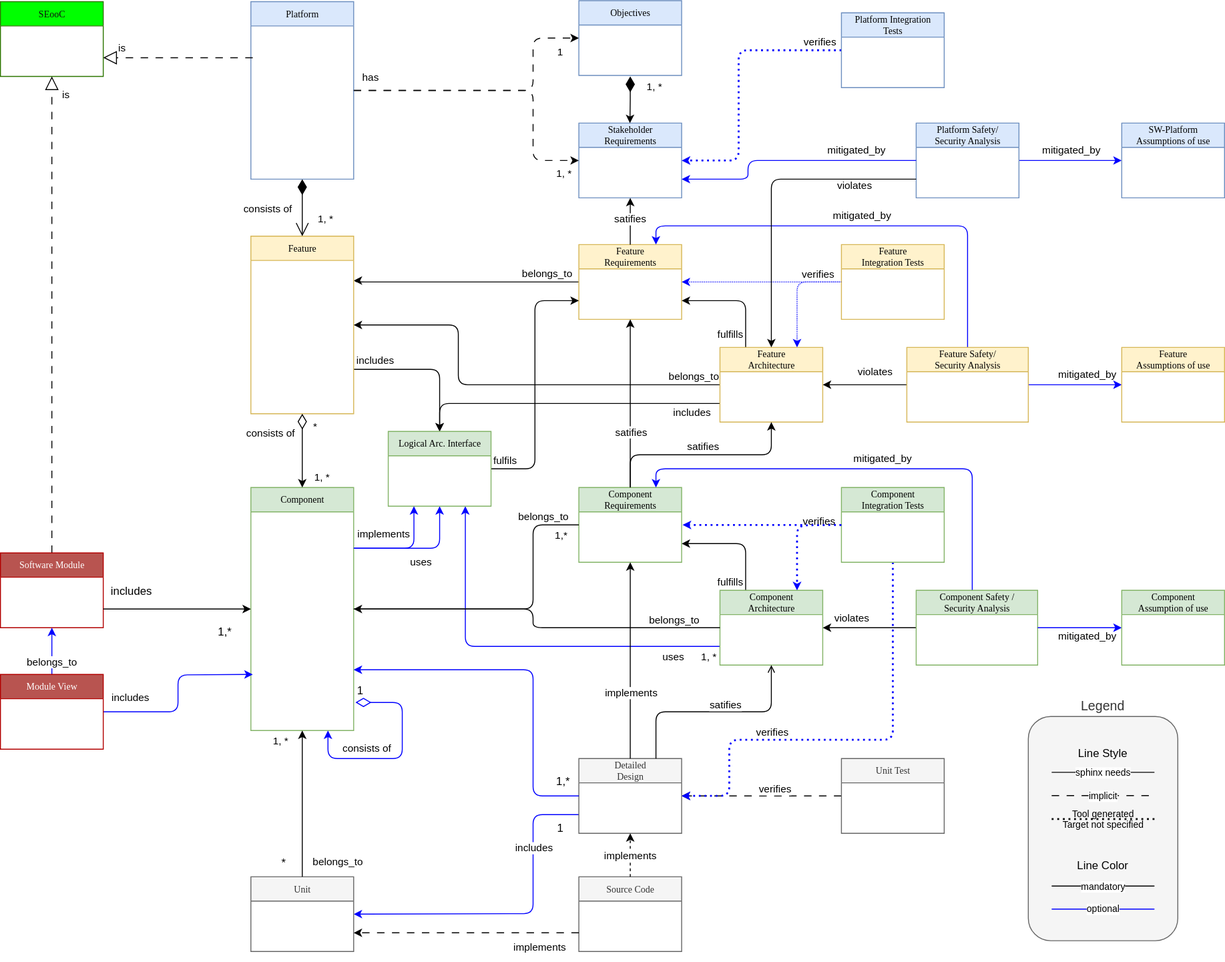
Above: pr-524/_images/score_building_blocks_meta_model.drawio.svg in eclipse-score/process_description (draw.io), before the change. Source tidied: cells renumbered, new cells last; positions are measured from the earlier drawing's top-left corner, leaving out a move shared by most shapes.
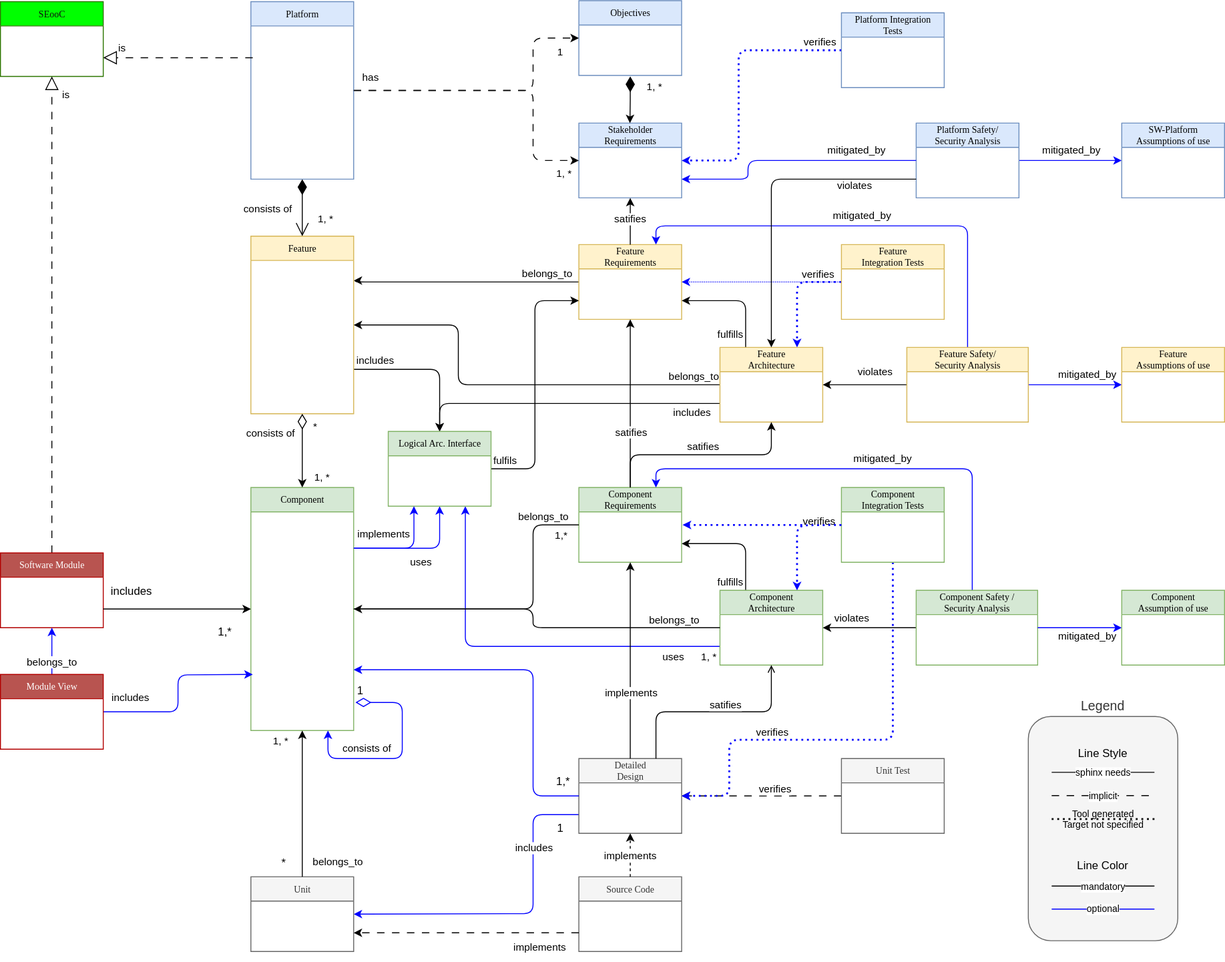
The same diagram one commit later.

What changed in the source:
```diff
@@ -374,7 +374,7 @@
     <mxCell id="80" style="edgeStyle=orthogonalEdgeStyle;rounded=0;jettySize=auto;html=1;entryX=1;entryY=0.5;entryDx=0;entryDy=0;dashed=1;strokeColor=#0000FF;dashPattern=1 1;" parent="1" edge="1" source="82" target="12">
       <mxGeometry relative="1" as="geometry" />
     </mxCell>
-    <mxCell id="81" style="edgeStyle=orthogonalEdgeStyle;rounded=1;jettySize=auto;html=1;entryX=0.75;entryY=0;entryDx=0;entryDy=0;dashed=1;curved=0;strokeColor=#0000FF;dashPattern=1 1;" parent="1" edge="1" source="82" target="18">
+    <mxCell id="81" style="edgeStyle=orthogonalEdgeStyle;rounded=1;jettySize=auto;html=1;entryX=0.75;entryY=0;entryDx=0;entryDy=0;dashed=1;curved=0;strokeColor=#0000FF;dashPattern=1 2;strokeWidth=2;endSize=3;" parent="1" edge="1" source="82" target="18">
       <mxGeometry relative="1" as="geometry" />
     </mxCell>
     <mxCell id="82" value="Feature &lt;br&gt;Integration Tests" style="swimlane;html=1;fontStyle=0;horizontal=1;startSize=26;fillColor=#fff2cc;swimlaneFillColor=#ffffff;rounded=0;shadow=0;comic=0;labelBackgroundColor=none;strokeWidth=1;fontFamily=Verdana;fontSize=10;align=center;strokeColor=#d6b656;" parent="1" vertex="1">
```
